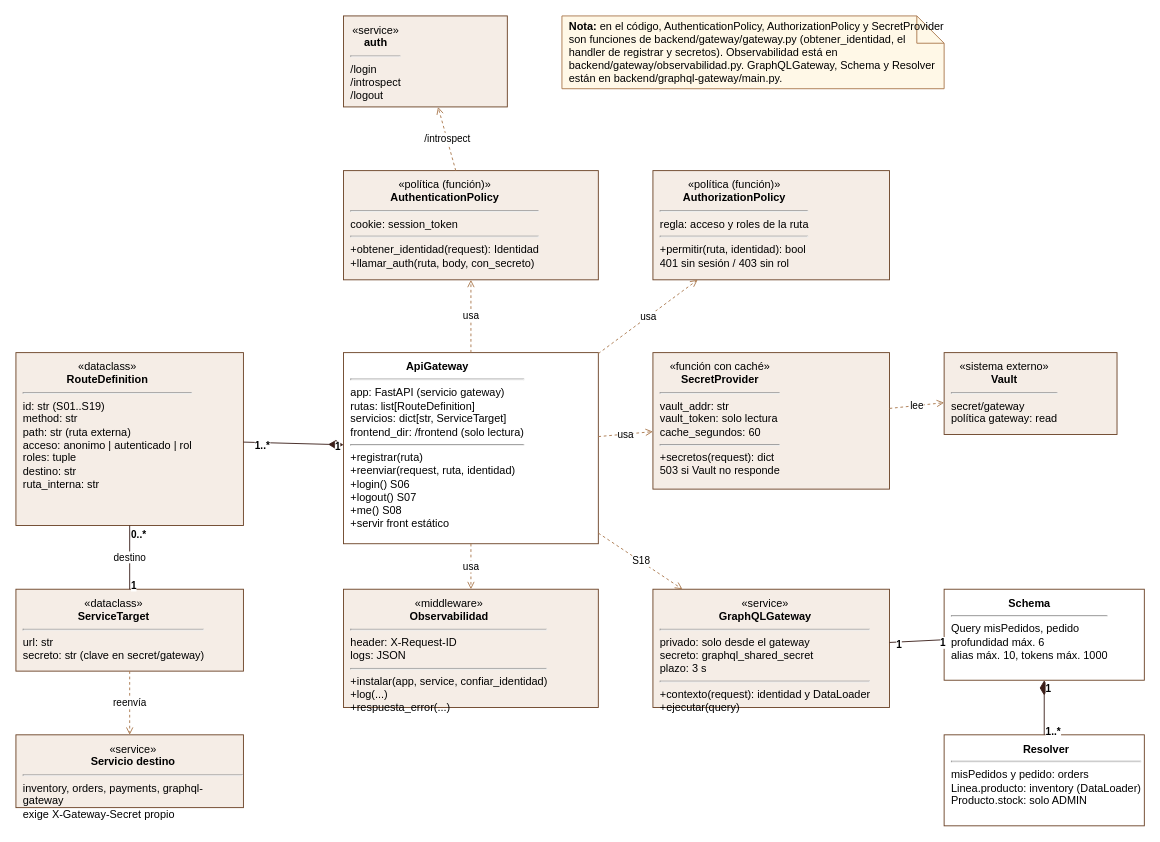
The draw.io diagram docs/uml-gateway.drawio in florenciapachecopardo-star/desarollo-web-unab, before the edit. Source tidied: cells renumbered, new cells numbered last; positions are measured from the earlier drawing's top-left corner, leaving out a move shared by most shapes. Both pictures are drawn from the tidied source at 91%, with x=0, y=0 at pixel (15, 15).
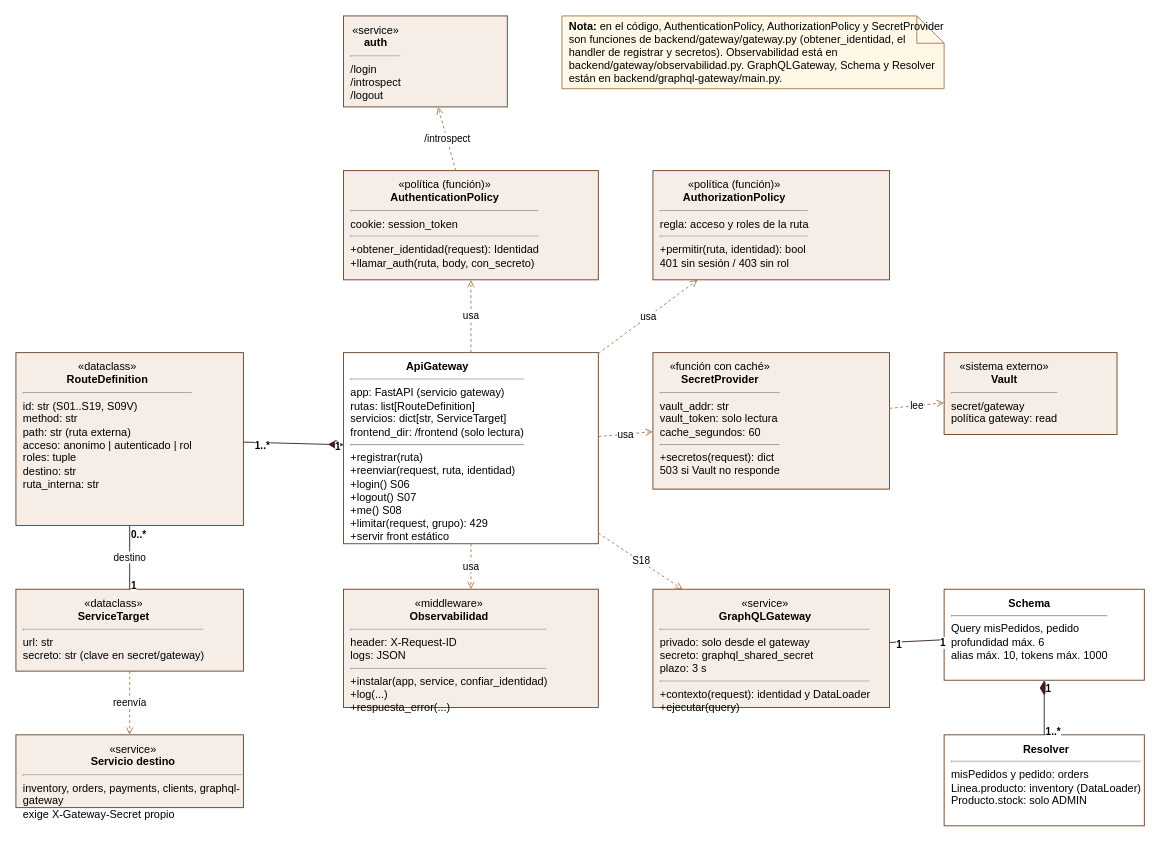
After the change.

The edit, as a diff of the source:
```diff
@@
-    <mxCell id="2" value="&lt;div style=&quot;text-align:center&quot;&gt;&lt;b&gt;ApiGateway&lt;/b&gt;&lt;/div&gt;&lt;hr&gt;app: FastAPI (servicio gateway)&lt;br&gt;rutas: list[RouteDefinition]&lt;br&gt;servicios: dict[str, ServiceTarget]&lt;br&gt;frontend_dir: /frontend (solo lectura)&lt;hr&gt;+registrar(ruta)&lt;br&gt;+reenviar(request, ruta, identidad)&lt;br&gt;+login() S06&lt;br&gt;+logout() S07&lt;br&gt;+me() S08&lt;br&gt;+servir front estático" style="rounded=0;whiteSpace=wrap;html=1;align=left;verticalAlign=top;spacingLeft=6;spacingTop=2;fillColor=#FFFFFF;strokeColor=#6B4226;" parent="1" vertex="1">
+    <mxCell id="2" value="&lt;div style=&quot;text-align:center&quot;&gt;&lt;b&gt;ApiGateway&lt;/b&gt;&lt;/div&gt;&lt;hr&gt;app: FastAPI (servicio gateway)&lt;br&gt;rutas: list[RouteDefinition]&lt;br&gt;servicios: dict[str, ServiceTarget]&lt;br&gt;frontend_dir: /frontend (solo lectura)&lt;hr&gt;+registrar(ruta)&lt;br&gt;+reenviar(request, ruta, identidad)&lt;br&gt;+login() S06&lt;br&gt;+logout() S07&lt;br&gt;+me() S08&lt;br&gt;+limitar(request, grupo): 429&lt;br&gt;+servir front estático" style="rounded=0;whiteSpace=wrap;html=1;align=left;verticalAlign=top;spacingLeft=6;spacingTop=2;fillColor=#FFFFFF;strokeColor=#6B4226;" parent="1" vertex="1">
       <mxGeometry x="360" y="370" width="280" height="210" as="geometry" />
     </mxCell>
-    <mxCell id="3" value="&lt;div style=&quot;text-align:center&quot;&gt;&amp;laquo;dataclass&amp;raquo;&lt;br&gt;&lt;b&gt;RouteDefinition&lt;/b&gt;&lt;/div&gt;&lt;hr&gt;id: str (S01..S19)&lt;br&gt;method: str&lt;br&gt;path: str (ruta externa)&lt;br&gt;acceso: anonimo | autenticado | rol&lt;br&gt;roles: tuple&lt;br&gt;destino: str&lt;br&gt;ruta_interna: str" style="rounded=0;whiteSpace=wrap;html=1;align=left;verticalAlign=top;spacingLeft=6;spacingTop=2;fillColor=#F5EDE6;strokeColor=#6B4226;" parent="1" vertex="1">
+    <mxCell id="3" value="&lt;div style=&quot;text-align:center&quot;&gt;&amp;laquo;dataclass&amp;raquo;&lt;br&gt;&lt;b&gt;RouteDefinition&lt;/b&gt;&lt;/div&gt;&lt;hr&gt;id: str (S01..S19, S09V)&lt;br&gt;method: str&lt;br&gt;path: str (ruta externa)&lt;br&gt;acceso: anonimo | autenticado | rol&lt;br&gt;roles: tuple&lt;br&gt;destino: str&lt;br&gt;ruta_interna: str" style="rounded=0;whiteSpace=wrap;html=1;align=left;verticalAlign=top;spacingLeft=6;spacingTop=2;fillColor=#F5EDE6;strokeColor=#6B4226;" parent="1" vertex="1">
       <mxGeometry y="370" width="250" height="190" as="geometry" />
     </mxCell>
@@
-    <mxCell id="11" value="&lt;div style=&quot;text-align:center&quot;&gt;&amp;laquo;service&amp;raquo;&lt;br&gt;&lt;b&gt;Servicio destino&lt;/b&gt;&lt;/div&gt;&lt;hr&gt;inventory, orders, payments, graphql-gateway&lt;br&gt;exige X-Gateway-Secret propio" style="rounded=0;whiteSpace=wrap;html=1;align=left;verticalAlign=top;spacingLeft=6;spacingTop=2;fillColor=#F5EDE6;strokeColor=#6B4226;" parent="1" vertex="1">
+    <mxCell id="11" value="&lt;div style=&quot;text-align:center&quot;&gt;&amp;laquo;service&amp;raquo;&lt;br&gt;&lt;b&gt;Servicio destino&lt;/b&gt;&lt;/div&gt;&lt;hr&gt;inventory, orders, payments, clients, graphql-gateway&lt;br&gt;exige X-Gateway-Secret propio" style="rounded=0;whiteSpace=wrap;html=1;align=left;verticalAlign=top;spacingLeft=6;spacingTop=2;fillColor=#F5EDE6;strokeColor=#6B4226;" parent="1" vertex="1">
       <mxGeometry y="790" width="250" height="80" as="geometry" />
     </mxCell>
```
